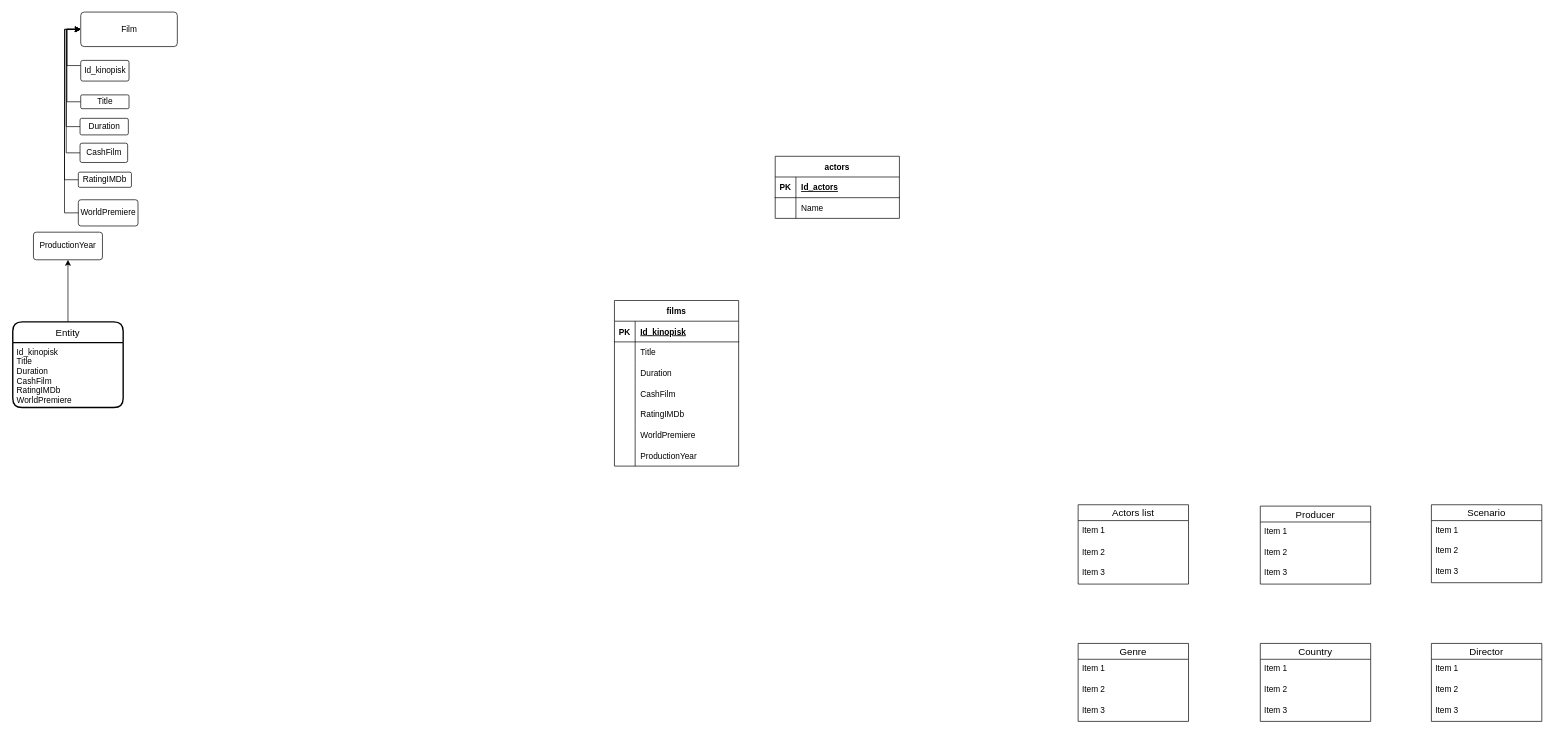
This is laravel/prosto-films/database/dataBaseFilms.drawio from Romron/Back_End, a draw.io file, before an edit. Source tidied: cells renumbered, new cells numbered last; positions are measured from the earlier drawing's top-left corner, leaving out a move shared by most shapes. Both pictures are drawn from the tidied source at 69%, with x=0, y=0 at pixel (12, 12).
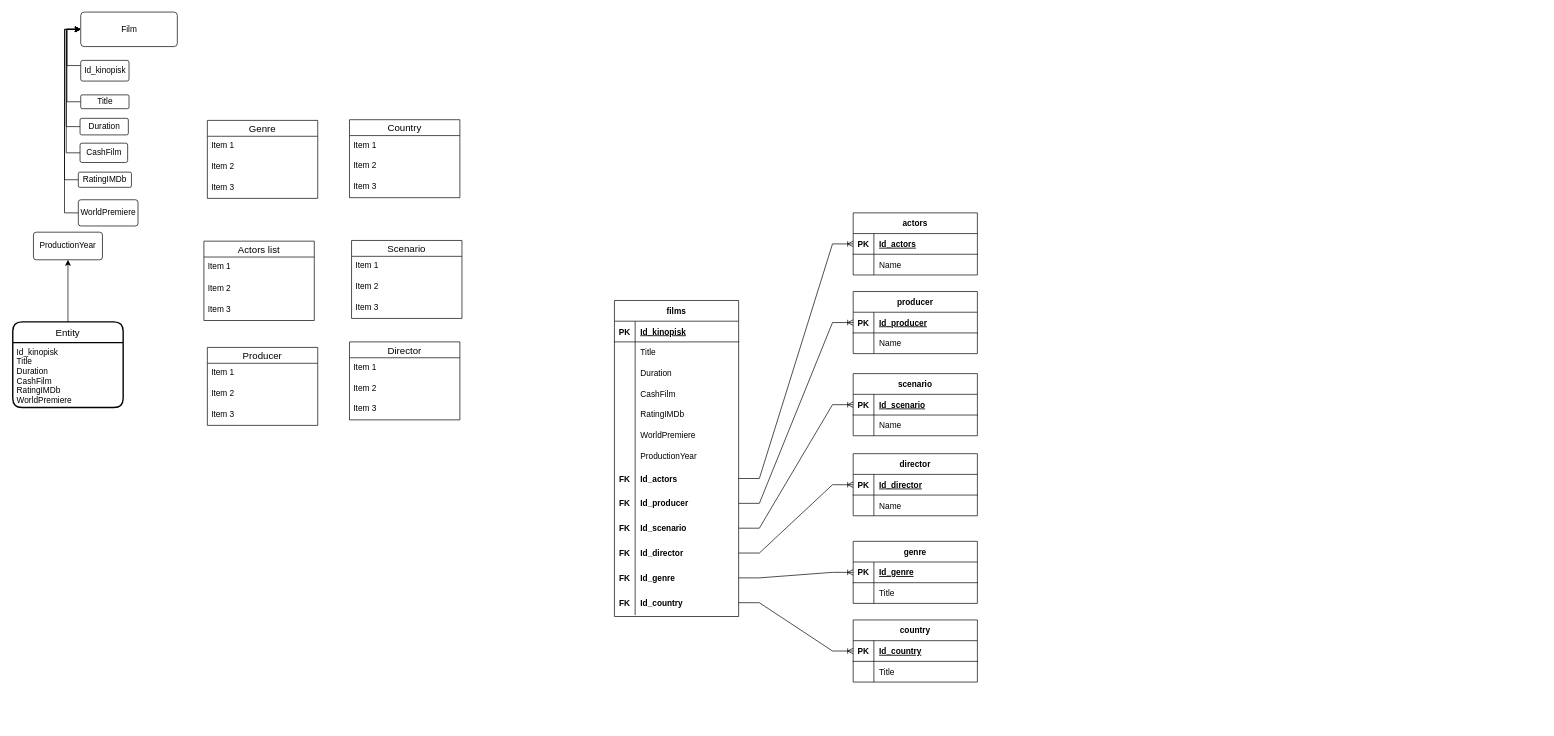
The same page after the edit.

The change refers to these unchanged cells:
```xml
<mxCell id="46" style="shape=tableRow;horizontal=0;startSize=0;swimlaneHead=0;swimlaneBody=0;fillColor=none;points=[[0,0.5],[1,0.5]];portConstraint=eastwest;top=0;left=0;right=0;bottom=1;" parent="45" vertex="1">
  <mxGeometry y="30" width="180" height="30" as="geometry" />
</mxCell>
```

Change to the diagram source:
```diff
@@
     <mxCell id="21" value="Actors list" style="swimlane;fontStyle=0;horizontal=1;startSize=23;align=center;fontSize=14;" parent="1" vertex="1">
-      <mxGeometry x="1544" y="714" width="160" height="115" as="geometry" />
+      <mxGeometry x="277" y="332" width="160" height="115" as="geometry" />
     </mxCell>
@@
     <mxCell id="25" value="Producer" style="swimlane;fontStyle=0;horizontal=1;startSize=23;align=center;fontSize=14;" parent="1" vertex="1">
-      <mxGeometry x="1808" y="716" width="160" height="113" as="geometry" />
+      <mxGeometry x="282" y="486" width="160" height="113" as="geometry" />
     </mxCell>
@@
     <mxCell id="29" value="Scenario" style="swimlane;fontStyle=0;horizontal=1;startSize=23;align=center;fontSize=14;" parent="1" vertex="1">
-      <mxGeometry x="2056" y="714" width="160" height="113" as="geometry" />
+      <mxGeometry x="491" y="331" width="160" height="113" as="geometry" />
     </mxCell>
@@
     <mxCell id="33" value="Director" style="swimlane;fontStyle=0;horizontal=1;startSize=23;align=center;fontSize=14;" parent="1" vertex="1">
-      <mxGeometry x="2056" y="915" width="160" height="113" as="geometry" />
+      <mxGeometry x="488" y="478" width="160" height="113" as="geometry" />
     </mxCell>
@@
     <mxCell id="37" value="Genre" style="swimlane;fontStyle=0;horizontal=1;startSize=23;align=center;fontSize=14;" parent="1" vertex="1">
-      <mxGeometry x="1544" y="915" width="160" height="113" as="geometry" />
+      <mxGeometry x="282" y="157" width="160" height="113" as="geometry" />
     </mxCell>
@@
     <mxCell id="41" value="Country" style="swimlane;fontStyle=0;horizontal=1;startSize=23;align=center;fontSize=14;" parent="1" vertex="1">
-      <mxGeometry x="1808" y="915" width="160" height="113" as="geometry" />
+      <mxGeometry x="488" y="156" width="160" height="113" as="geometry" />
     </mxCell>
@@
     <mxCell id="45" value="actors" style="shape=table;startSize=30;childLayout=tableLayout;rowLines=0;fontStyle=1;align=center;" parent="1" vertex="1">
-      <mxGeometry x="1105" y="209" width="180" height="90" as="geometry" />
+      <mxGeometry x="1218" y="291" width="180" height="90" as="geometry" />
     </mxCell>
@@
     <mxCell id="52" value="films" style="shape=table;startSize=30;childLayout=tableLayout;rowLines=0;fontStyle=1;align=center;" parent="1" vertex="1">
-      <mxGeometry x="872" y="418" width="180" height="240" as="geometry" />
+      <mxGeometry x="872" y="418" width="180" height="458" as="geometry" />
     </mxCell>
@@
+    <mxCell id="74" style="shape=tableRow;horizontal=0;startSize=0;swimlaneHead=0;swimlaneBody=0;fillColor=none;points=[[0,0.5],[1,0.5]];portConstraint=eastwest;top=0;left=0;right=0;bottom=0;" parent="52" vertex="1">
+      <mxGeometry y="240" width="180" height="36" as="geometry" />
+    </mxCell>
+    <mxCell id="75" value="FK" style="shape=partialRectangle;fillColor=none;top=0;left=0;bottom=0;right=0;overflow=hidden;fontStyle=1;" parent="74" vertex="1">
+      <mxGeometry width="30" height="36" as="geometry" />
+    </mxCell>
+    <mxCell id="76" value="Id_actors" style="shape=partialRectangle;fillColor=none;top=0;left=0;bottom=0;right=0;align=left;spacingLeft=6;overflow=hidden;fontStyle=1;" parent="74" vertex="1">
+      <mxGeometry x="30" width="150" height="36" as="geometry" />
+    </mxCell>
+    <mxCell id="77" style="shape=tableRow;horizontal=0;startSize=0;swimlaneHead=0;swimlaneBody=0;fillColor=none;points=[[0,0.5],[1,0.5]];portConstraint=eastwest;top=0;left=0;right=0;bottom=0;" parent="52" vertex="1">
+      <mxGeometry y="276" width="180" height="36" as="geometry" />
+    </mxCell>
+    <mxCell id="78" value="FK" style="shape=partialRectangle;fillColor=none;top=0;left=0;bottom=0;right=0;overflow=hidden;fontStyle=1;" parent="77" vertex="1">
+      <mxGeometry width="30" height="36" as="geometry" />
+    </mxCell>
+    <mxCell id="79" value="Id_producer" style="shape=partialRectangle;fillColor=none;top=0;left=0;bottom=0;right=0;align=left;spacingLeft=6;overflow=hidden;fontStyle=1;" parent="77" vertex="1">
+      <mxGeometry x="30" width="150" height="36" as="geometry" />
+    </mxCell>
+    <mxCell id="80" style="shape=tableRow;horizontal=0;startSize=0;swimlaneHead=0;swimlaneBody=0;fillColor=none;points=[[0,0.5],[1,0.5]];portConstraint=eastwest;top=0;left=0;right=0;bottom=0;" parent="52" vertex="1">
+      <mxGeometry y="312" width="180" height="36" as="geometry" />
+    </mxCell>
+    <mxCell id="81" value="FK" style="shape=partialRectangle;fillColor=none;top=0;left=0;bottom=0;right=0;overflow=hidden;fontStyle=1;" parent="80" vertex="1">
+      <mxGeometry width="30" height="36" as="geometry" />
+    </mxCell>
+    <mxCell id="82" value="Id_scenario" style="shape=partialRectangle;fillColor=none;top=0;left=0;bottom=0;right=0;align=left;spacingLeft=6;overflow=hidden;fontStyle=1;" parent="80" vertex="1">
+      <mxGeometry x="30" width="150" height="36" as="geometry" />
+    </mxCell>
+    <mxCell id="83" style="shape=tableRow;horizontal=0;startSize=0;swimlaneHead=0;swimlaneBody=0;fillColor=none;points=[[0,0.5],[1,0.5]];portConstraint=eastwest;top=0;left=0;right=0;bottom=0;" parent="52" vertex="1">
+      <mxGeometry y="348" width="180" height="36" as="geometry" />
+    </mxCell>
+    <mxCell id="84" value="FK" style="shape=partialRectangle;fillColor=none;top=0;left=0;bottom=0;right=0;overflow=hidden;fontStyle=1;" parent="83" vertex="1">
+      <mxGeometry width="30" height="36" as="geometry" />
+    </mxCell>
+    <mxCell id="85" value="Id_director" style="shape=partialRectangle;fillColor=none;top=0;left=0;bottom=0;right=0;align=left;spacingLeft=6;overflow=hidden;fontStyle=1;" parent="83" vertex="1">
+      <mxGeometry x="30" width="150" height="36" as="geometry" />
+    </mxCell>
+    <mxCell id="86" style="shape=tableRow;horizontal=0;startSize=0;swimlaneHead=0;swimlaneBody=0;fillColor=none;points=[[0,0.5],[1,0.5]];portConstraint=eastwest;top=0;left=0;right=0;bottom=0;" parent="52" vertex="1">
+      <mxGeometry y="384" width="180" height="36" as="geometry" />
+    </mxCell>
+    <mxCell id="87" value="FK" style="shape=partialRectangle;fillColor=none;top=0;left=0;bottom=0;right=0;overflow=hidden;fontStyle=1;" parent="86" vertex="1">
+      <mxGeometry width="30" height="36" as="geometry" />
+    </mxCell>
+    <mxCell id="88" value="Id_genre" style="shape=partialRectangle;fillColor=none;top=0;left=0;bottom=0;right=0;align=left;spacingLeft=6;overflow=hidden;fontStyle=1;" parent="86" vertex="1">
+      <mxGeometry x="30" width="150" height="36" as="geometry" />
+    </mxCell>
+    <mxCell id="89" style="shape=tableRow;horizontal=0;startSize=0;swimlaneHead=0;swimlaneBody=0;fillColor=none;points=[[0,0.5],[1,0.5]];portConstraint=eastwest;top=0;left=0;right=0;bottom=0;" parent="52" vertex="1">
+      <mxGeometry y="420" width="180" height="36" as="geometry" />
+    </mxCell>
+    <mxCell id="90" value="FK" style="shape=partialRectangle;fillColor=none;top=0;left=0;bottom=0;right=0;overflow=hidden;fontStyle=1;" parent="89" vertex="1">
+      <mxGeometry width="30" height="36" as="geometry" />
+    </mxCell>
+    <mxCell id="91" value="Id_country" style="shape=partialRectangle;fillColor=none;top=0;left=0;bottom=0;right=0;align=left;spacingLeft=6;overflow=hidden;fontStyle=1;" parent="89" vertex="1">
+      <mxGeometry x="30" width="150" height="36" as="geometry" />
+    </mxCell>
+    <mxCell id="92" value="producer" style="shape=table;startSize=30;childLayout=tableLayout;rowLines=0;fontStyle=1;align=center;" parent="1" vertex="1">
+      <mxGeometry x="1218" y="405" width="180" height="90" as="geometry" />
+    </mxCell>
+    <mxCell id="93" style="shape=tableRow;horizontal=0;startSize=0;swimlaneHead=0;swimlaneBody=0;fillColor=none;points=[[0,0.5],[1,0.5]];portConstraint=eastwest;top=0;left=0;right=0;bottom=1;" parent="92" vertex="1">
+      <mxGeometry y="30" width="180" height="30" as="geometry" />
+    </mxCell>
+    <mxCell id="94" value="PK" style="shape=partialRectangle;fillColor=none;top=0;left=0;bottom=0;right=0;fontStyle=1;overflow=hidden;" parent="93" vertex="1">
+      <mxGeometry width="30" height="30" as="geometry" />
+    </mxCell>
+    <mxCell id="95" value="Id_producer" style="shape=partialRectangle;fillColor=none;top=0;left=0;bottom=0;right=0;align=left;spacingLeft=6;fontStyle=5;overflow=hidden;" parent="93" vertex="1">
+      <mxGeometry x="30" width="150" height="30" as="geometry" />
+    </mxCell>
+    <mxCell id="96" style="shape=tableRow;horizontal=0;startSize=0;swimlaneHead=0;swimlaneBody=0;fillColor=none;top=0;left=0;right=0;bottom=0;" parent="92" vertex="1">
+      <mxGeometry y="60" width="180" height="30" as="geometry" />
+    </mxCell>
+    <mxCell id="97" style="shape=partialRectangle;fillColor=none;top=0;left=0;bottom=0;right=0;overflow=hidden;" parent="96" vertex="1">
+      <mxGeometry width="30" height="30" as="geometry" />
+    </mxCell>
+    <mxCell id="98" value="Name" style="shape=partialRectangle;fillColor=none;top=0;left=0;bottom=0;right=0;align=left;spacingLeft=6;overflow=hidden;" parent="96" vertex="1">
+      <mxGeometry x="30" width="150" height="30" as="geometry" />
+    </mxCell>
+    <mxCell id="99" value="scenario" style="shape=table;startSize=30;childLayout=tableLayout;rowLines=0;fontStyle=1;align=center;" parent="1" vertex="1">
+      <mxGeometry x="1218" y="524" width="180" height="90" as="geometry" />
+    </mxCell>
+    <mxCell id="100" style="shape=tableRow;horizontal=0;startSize=0;swimlaneHead=0;swimlaneBody=0;fillColor=none;points=[[0,0.5],[1,0.5]];portConstraint=eastwest;top=0;left=0;right=0;bottom=1;" parent="99" vertex="1">
+      <mxGeometry y="30" width="180" height="30" as="geometry" />
+    </mxCell>
+    <mxCell id="101" value="PK" style="shape=partialRectangle;fillColor=none;top=0;left=0;bottom=0;right=0;fontStyle=1;overflow=hidden;" parent="100" vertex="1">
+      <mxGeometry width="30" height="30" as="geometry" />
+    </mxCell>
+    <mxCell id="102" value="Id_scenario" style="shape=partialRectangle;fillColor=none;top=0;left=0;bottom=0;right=0;align=left;spacingLeft=6;fontStyle=5;overflow=hidden;" parent="100" vertex="1">
+      <mxGeometry x="30" width="150" height="30" as="geometry" />
+    </mxCell>
+    <mxCell id="103" style="shape=tableRow;horizontal=0;startSize=0;swimlaneHead=0;swimlaneBody=0;fillColor=none;top=0;left=0;right=0;bottom=0;" parent="99" vertex="1">
+      <mxGeometry y="60" width="180" height="30" as="geometry" />
+    </mxCell>
+    <mxCell id="104" style="shape=partialRectangle;fillColor=none;top=0;left=0;bottom=0;right=0;overflow=hidden;" parent="103" vertex="1">
+      <mxGeometry width="30" height="30" as="geometry" />
+    </mxCell>
+    <mxCell id="105" value="Name" style="shape=partialRectangle;fillColor=none;top=0;left=0;bottom=0;right=0;align=left;spacingLeft=6;overflow=hidden;" parent="103" vertex="1">
+      <mxGeometry x="30" width="150" height="30" as="geometry" />
+    </mxCell>
+    <mxCell id="106" value="genre" style="shape=table;startSize=30;childLayout=tableLayout;rowLines=0;fontStyle=1;align=center;" parent="1" vertex="1">
+      <mxGeometry x="1218" y="767" width="180" height="90" as="geometry" />
+    </mxCell>
+    <mxCell id="107" style="shape=tableRow;horizontal=0;startSize=0;swimlaneHead=0;swimlaneBody=0;fillColor=none;points=[[0,0.5],[1,0.5]];portConstraint=eastwest;top=0;left=0;right=0;bottom=1;" parent="106" vertex="1">
+      <mxGeometry y="30" width="180" height="30" as="geometry" />
+    </mxCell>
+    <mxCell id="108" value="PK" style="shape=partialRectangle;fillColor=none;top=0;left=0;bottom=0;right=0;fontStyle=1;overflow=hidden;" parent="107" vertex="1">
+      <mxGeometry width="30" height="30" as="geometry" />
+    </mxCell>
+    <mxCell id="109" value="Id_genre" style="shape=partialRectangle;fillColor=none;top=0;left=0;bottom=0;right=0;align=left;spacingLeft=6;fontStyle=5;overflow=hidden;" parent="107" vertex="1">
+      <mxGeometry x="30" width="150" height="30" as="geometry" />
+    </mxCell>
+    <mxCell id="110" style="shape=tableRow;horizontal=0;startSize=0;swimlaneHead=0;swimlaneBody=0;fillColor=none;top=0;left=0;right=0;bottom=0;" parent="106" vertex="1">
+      <mxGeometry y="60" width="180" height="30" as="geometry" />
+    </mxCell>
+    <mxCell id="111" style="shape=partialRectangle;fillColor=none;top=0;left=0;bottom=0;right=0;overflow=hidden;" parent="110" vertex="1">
+      <mxGeometry width="30" height="30" as="geometry" />
+    </mxCell>
+    <mxCell id="112" value="Title" style="shape=partialRectangle;fillColor=none;top=0;left=0;bottom=0;right=0;align=left;spacingLeft=6;overflow=hidden;" parent="110" vertex="1">
+      <mxGeometry x="30" width="150" height="30" as="geometry" />
+    </mxCell>
+    <mxCell id="113" value="country" style="shape=table;startSize=30;childLayout=tableLayout;rowLines=0;fontStyle=1;align=center;" parent="1" vertex="1">
+      <mxGeometry x="1218" y="881" width="180" height="90" as="geometry" />
+    </mxCell>
+    <mxCell id="114" style="shape=tableRow;horizontal=0;startSize=0;swimlaneHead=0;swimlaneBody=0;fillColor=none;points=[[0,0.5],[1,0.5]];portConstraint=eastwest;top=0;left=0;right=0;bottom=1;" parent="113" vertex="1">
+      <mxGeometry y="30" width="180" height="30" as="geometry" />
+    </mxCell>
+    <mxCell id="115" value="PK" style="shape=partialRectangle;fillColor=none;top=0;left=0;bottom=0;right=0;fontStyle=1;overflow=hidden;" parent="114" vertex="1">
+      <mxGeometry width="30" height="30" as="geometry" />
+    </mxCell>
+    <mxCell id="116" value="Id_country" style="shape=partialRectangle;fillColor=none;top=0;left=0;bottom=0;right=0;align=left;spacingLeft=6;fontStyle=5;overflow=hidden;" parent="114" vertex="1">
+      <mxGeometry x="30" width="150" height="30" as="geometry" />
+    </mxCell>
+    <mxCell id="117" style="shape=tableRow;horizontal=0;startSize=0;swimlaneHead=0;swimlaneBody=0;fillColor=none;top=0;left=0;right=0;bottom=0;" parent="113" vertex="1">
+      <mxGeometry y="60" width="180" height="30" as="geometry" />
+    </mxCell>
+    <mxCell id="118" style="shape=partialRectangle;fillColor=none;top=0;left=0;bottom=0;right=0;overflow=hidden;" parent="117" vertex="1">
+      <mxGeometry width="30" height="30" as="geometry" />
+    </mxCell>
+    <mxCell id="119" value="Title" style="shape=partialRectangle;fillColor=none;top=0;left=0;bottom=0;right=0;align=left;spacingLeft=6;overflow=hidden;" parent="117" vertex="1">
+      <mxGeometry x="30" width="150" height="30" as="geometry" />
+    </mxCell>
+    <mxCell id="120" value="director" style="shape=table;startSize=30;childLayout=tableLayout;rowLines=0;fontStyle=1;align=center;" parent="1" vertex="1">
+      <mxGeometry x="1218" y="640" width="180" height="90" as="geometry" />
+    </mxCell>
+    <mxCell id="121" style="shape=tableRow;horizontal=0;startSize=0;swimlaneHead=0;swimlaneBody=0;fillColor=none;points=[[0,0.5],[1,0.5]];portConstraint=eastwest;top=0;left=0;right=0;bottom=1;" parent="120" vertex="1">
+      <mxGeometry y="30" width="180" height="30" as="geometry" />
+    </mxCell>
+    <mxCell id="122" value="PK" style="shape=partialRectangle;fillColor=none;top=0;left=0;bottom=0;right=0;fontStyle=1;overflow=hidden;" parent="121" vertex="1">
+      <mxGeometry width="30" height="30" as="geometry" />
+    </mxCell>
+    <mxCell id="123" value="Id_director" style="shape=partialRectangle;fillColor=none;top=0;left=0;bottom=0;right=0;align=left;spacingLeft=6;fontStyle=5;overflow=hidden;" parent="121" vertex="1">
+      <mxGeometry x="30" width="150" height="30" as="geometry" />
+    </mxCell>
+    <mxCell id="124" style="shape=tableRow;horizontal=0;startSize=0;swimlaneHead=0;swimlaneBody=0;fillColor=none;top=0;left=0;right=0;bottom=0;" parent="120" vertex="1">
+      <mxGeometry y="60" width="180" height="30" as="geometry" />
+    </mxCell>
+    <mxCell id="125" style="shape=partialRectangle;fillColor=none;top=0;left=0;bottom=0;right=0;overflow=hidden;" parent="124" vertex="1">
+      <mxGeometry width="30" height="30" as="geometry" />
+    </mxCell>
+    <mxCell id="126" value="Name" style="shape=partialRectangle;fillColor=none;top=0;left=0;bottom=0;right=0;align=left;spacingLeft=6;overflow=hidden;" parent="124" vertex="1">
+      <mxGeometry x="30" width="150" height="30" as="geometry" />
+    </mxCell>
+    <mxCell id="127" style="edgeStyle=entityRelationEdgeStyle;fontSize=12;html=1;endArrow=ERoneToMany;rounded=0;exitX=1;exitY=0.5;exitDx=0;exitDy=0;entryX=0;entryY=0.5;entryDx=0;entryDy=0;" parent="1" edge="1" source="74" target="46">
+      <mxGeometry relative="1" as="geometry" />
+    </mxCell>
+    <mxCell id="128" style="edgeStyle=entityRelationEdgeStyle;fontSize=12;html=1;endArrow=ERoneToMany;rounded=0;exitX=1;exitY=0.5;exitDx=0;exitDy=0;entryX=0;entryY=0.5;entryDx=0;entryDy=0;" parent="1" edge="1" source="77" target="93">
+      <mxGeometry relative="1" as="geometry" />
+    </mxCell>
+    <mxCell id="129" style="edgeStyle=entityRelationEdgeStyle;fontSize=12;html=1;endArrow=ERoneToMany;rounded=0;exitX=1;exitY=0.5;exitDx=0;exitDy=0;entryX=0;entryY=0.5;entryDx=0;entryDy=0;" parent="1" edge="1" source="80" target="100">
+      <mxGeometry relative="1" as="geometry" />
+    </mxCell>
+    <mxCell id="130" style="edgeStyle=entityRelationEdgeStyle;fontSize=12;html=1;endArrow=ERoneToMany;rounded=0;exitX=1;exitY=0.5;exitDx=0;exitDy=0;entryX=0;entryY=0.5;entryDx=0;entryDy=0;" parent="1" edge="1" source="83" target="121">
+      <mxGeometry relative="1" as="geometry" />
+    </mxCell>
+    <mxCell id="131" style="edgeStyle=entityRelationEdgeStyle;fontSize=12;html=1;endArrow=ERoneToMany;rounded=0;exitX=1;exitY=0.5;exitDx=0;exitDy=0;entryX=0;entryY=0.5;entryDx=0;entryDy=0;" parent="1" edge="1" source="86" target="107">
+      <mxGeometry relative="1" as="geometry" />
+    </mxCell>
+    <mxCell id="132" style="edgeStyle=entityRelationEdgeStyle;fontSize=12;html=1;endArrow=ERoneToMany;rounded=0;exitX=1;exitY=0.5;exitDx=0;exitDy=0;entryX=0;entryY=0.5;entryDx=0;entryDy=0;" parent="1" edge="1" source="89" target="114">
+      <mxGeometry relative="1" as="geometry" />
+    </mxCell>
```
